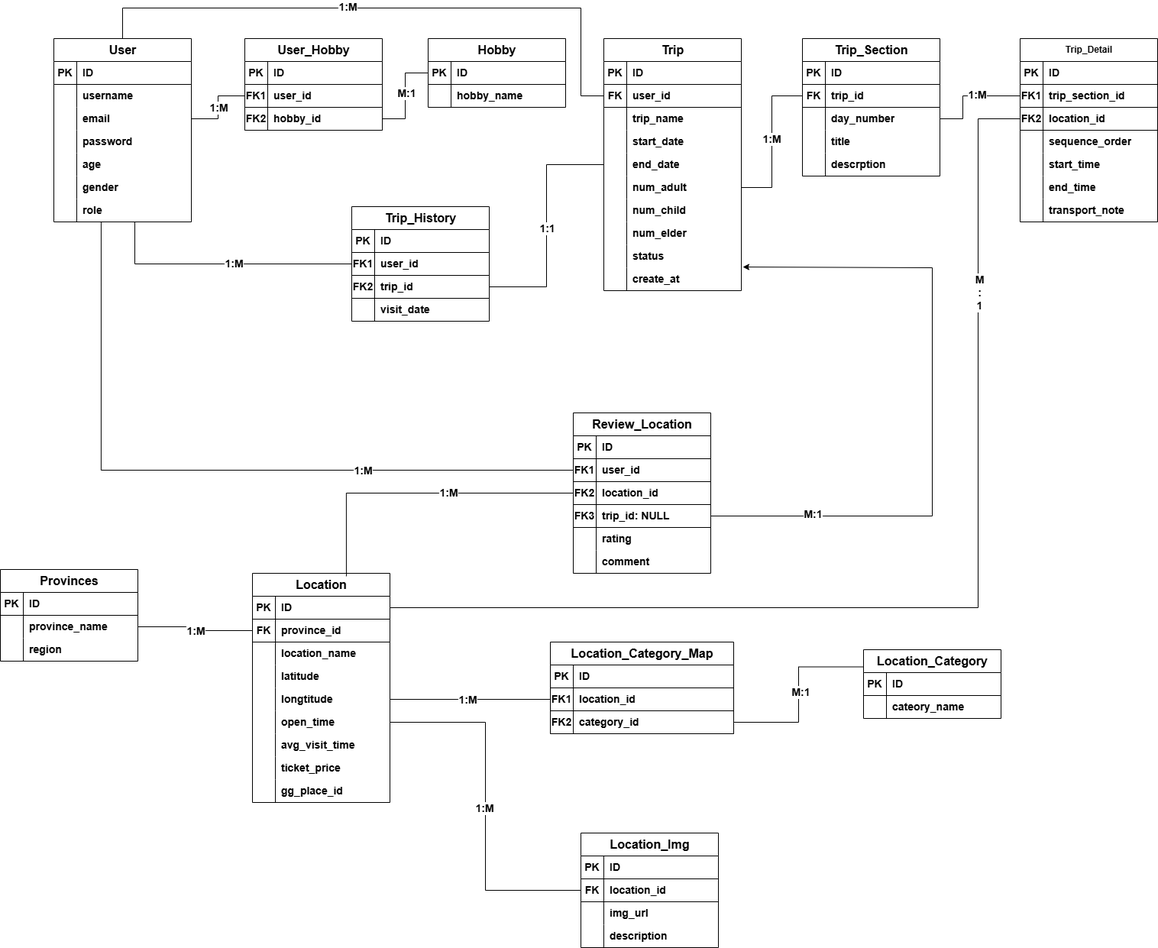
The draw.io diagram Database_Design/database.drawio.png in Quanbro07/Loko-Project, before a commit. Source tidied: cells renumbered, new cells last; positions are measured from the earlier drawing's top-left corner, leaving out a move shared by most shapes.
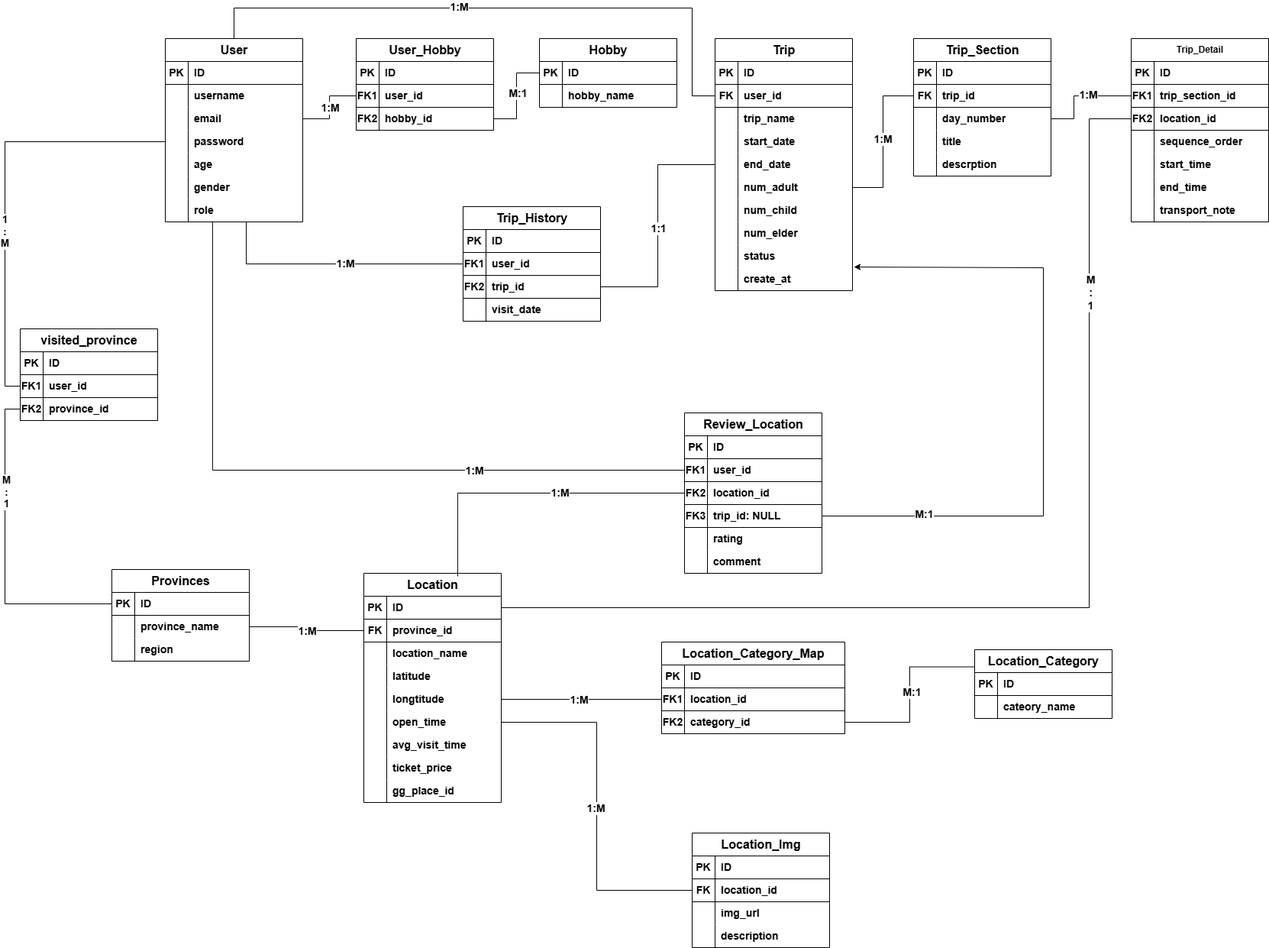
The same diagram one commit later.

What changed in the source:
```diff
@@ -741,5 +741,47 @@
     <mxCell id="239" value="&lt;font style=&quot;font-size: 14px;&quot;&gt;&lt;b&gt;1:M&lt;/b&gt;&lt;/font&gt;" style="edgeLabel;html=1;align=center;verticalAlign=middle;" parent="238" vertex="1">
       <mxGeometry x="-0.09" y="-1" relative="1" as="geometry" />
     </mxCell>
+    <mxCell id="240" value="&lt;font style=&quot;font-size: 16px;&quot;&gt;visited_province&lt;/font&gt;" style="shape=table;startSize=30;rowLines=0;fontStyle=1;align=center;html=1;fontSize=14;" parent="1" vertex="1">
+      <mxGeometry x="-120" y="420" width="180" height="120" as="geometry" />
+    </mxCell>
+    <mxCell id="241" style="shape=tableRow;horizontal=0;startSize=0;swimlaneHead=0;swimlaneBody=0;fillColor=none;top=0;left=0;right=0;bottom=1;fontSize=14;fontStyle=1;" parent="240" vertex="1">
+      <mxGeometry y="30" width="180" height="30" as="geometry" />
+    </mxCell>
+    <mxCell id="242" value="PK" style="shape=partialRectangle;fillColor=none;top=0;left=0;bottom=0;right=0;fontStyle=1;overflow=hidden;whiteSpace=wrap;html=1;fontSize=14;" parent="241" vertex="1">
+      <mxGeometry width="30" height="30" as="geometry" />
+    </mxCell>
+    <mxCell id="243" value="ID" style="shape=partialRectangle;fillColor=none;top=0;left=0;bottom=0;right=0;align=left;spacingLeft=6;fontStyle=1;overflow=hidden;whiteSpace=wrap;html=1;fontSize=14;" parent="241" vertex="1">
+      <mxGeometry x="30" width="150" height="30" as="geometry" />
+    </mxCell>
+    <mxCell id="244" style="shape=tableRow;horizontal=0;startSize=0;swimlaneHead=0;swimlaneBody=0;fillColor=none;points=[[0,0.5],[1,0.5]];portConstraint=eastwest;top=0;left=0;right=0;bottom=1;fontSize=14;fontStyle=1;" parent="240" vertex="1">
+      <mxGeometry y="60" width="180" height="30" as="geometry" />
+    </mxCell>
+    <mxCell id="245" value="FK1" style="shape=partialRectangle;fillColor=none;top=0;left=0;bottom=0;right=0;fontStyle=1;overflow=hidden;whiteSpace=wrap;html=1;fontSize=14;" parent="244" vertex="1">
+      <mxGeometry width="30" height="30" as="geometry" />
+    </mxCell>
+    <mxCell id="246" value="user_id" style="shape=partialRectangle;fillColor=none;top=0;left=0;bottom=0;right=0;align=left;spacingLeft=6;fontStyle=1;overflow=hidden;whiteSpace=wrap;html=1;fontSize=14;" parent="244" vertex="1">
+      <mxGeometry x="30" width="150" height="30" as="geometry" />
+    </mxCell>
+    <mxCell id="247" style="shape=tableRow;horizontal=0;startSize=0;swimlaneHead=0;swimlaneBody=0;fillColor=none;points=[[0,0.5],[1,0.5]];portConstraint=eastwest;top=0;left=0;right=0;bottom=1;fontSize=14;fontStyle=1;" parent="240" vertex="1">
+      <mxGeometry y="90" width="180" height="30" as="geometry" />
+    </mxCell>
+    <mxCell id="248" value="FK2" style="shape=partialRectangle;fillColor=none;top=0;left=0;bottom=0;right=0;fontStyle=1;overflow=hidden;whiteSpace=wrap;html=1;fontSize=14;" parent="247" vertex="1">
+      <mxGeometry width="30" height="30" as="geometry" />
+    </mxCell>
+    <mxCell id="249" value="province_id" style="shape=partialRectangle;fillColor=none;top=0;left=0;bottom=0;right=0;align=left;spacingLeft=6;fontStyle=1;overflow=hidden;whiteSpace=wrap;html=1;fontSize=14;" parent="247" vertex="1">
+      <mxGeometry x="30" width="150" height="30" as="geometry" />
+    </mxCell>
+    <mxCell id="250" style="edgeStyle=orthogonalEdgeStyle;rounded=0;jettySize=auto;html=1;exitX=0;exitY=0.5;exitDx=0;exitDy=0;entryX=0;entryY=0.5;entryDx=0;entryDy=0;endArrow=none;endFill=0;" parent="1" edge="1" source="244" target="14">
+      <mxGeometry relative="1" as="geometry" />
+    </mxCell>
+    <mxCell id="251" value="&lt;font style=&quot;font-size: 13px;&quot;&gt;&lt;b&gt;1&lt;br&gt;:&lt;br&gt;M&lt;/b&gt;&lt;/font&gt;" style="edgeLabel;html=1;align=center;verticalAlign=middle;" parent="250" vertex="1">
+      <mxGeometry x="-0.19" y="1" relative="1" as="geometry" />
+    </mxCell>
+    <mxCell id="252" style="edgeStyle=orthogonalEdgeStyle;rounded=0;jettySize=auto;html=1;exitX=0;exitY=0.5;exitDx=0;exitDy=0;entryX=0;entryY=0.5;entryDx=0;entryDy=0;endArrow=none;endFill=0;" parent="1" edge="1" source="247" target="44">
+      <mxGeometry relative="1" as="geometry" />
+    </mxCell>
+    <mxCell id="253" value="&lt;font style=&quot;font-size: 13px;&quot;&gt;&lt;b&gt;M&lt;br&gt;:&lt;br&gt;1&lt;/b&gt;&lt;/font&gt;" style="edgeLabel;html=1;align=center;verticalAlign=middle;" parent="252" vertex="1">
+      <mxGeometry x="-0.38" y="1" relative="1" as="geometry" />
+    </mxCell>
   </root>
 </mxGraphModel>
```
